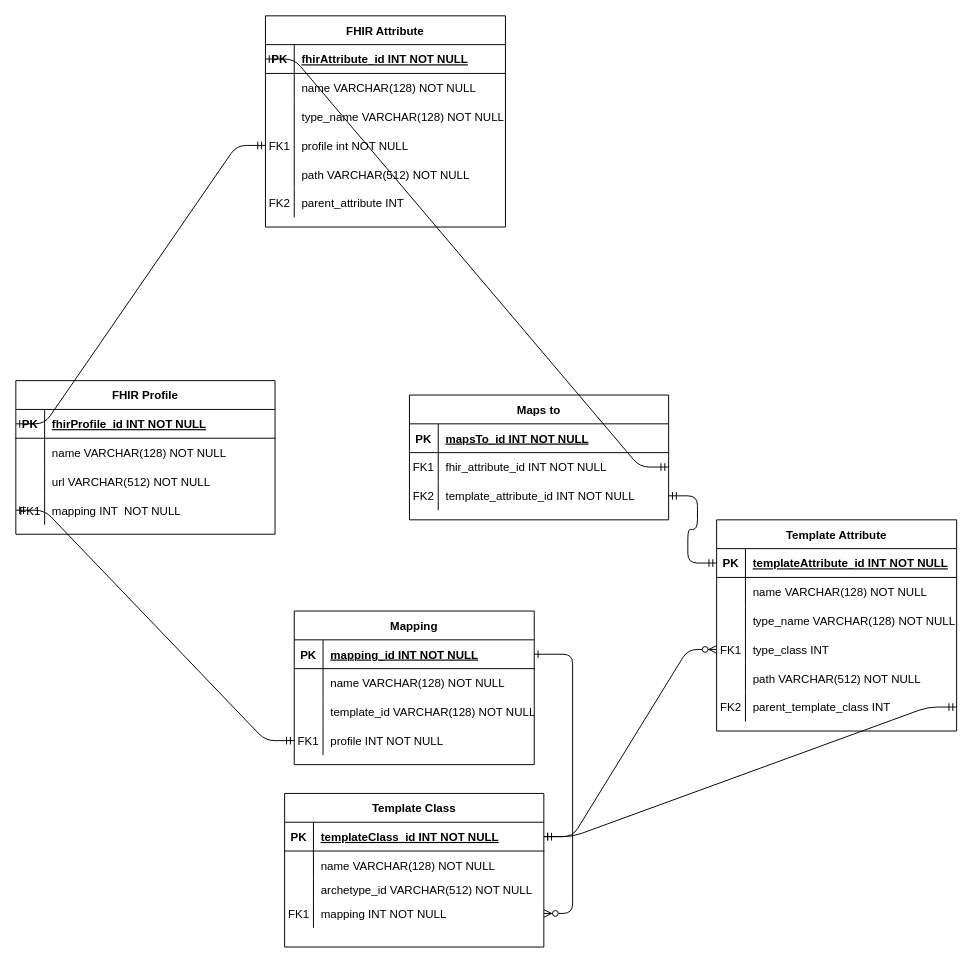
Earlier version of the draw.io diagram ERMasterarbeit.drawio (jsachau/drawio). Source tidied: cells renumbered, new cells numbered last; positions are measured from the earlier drawing's top-left corner, leaving out a move shared by most shapes. Both pictures are drawn from the tidied source at 96%, with x=0, y=0 at pixel (15, 15).
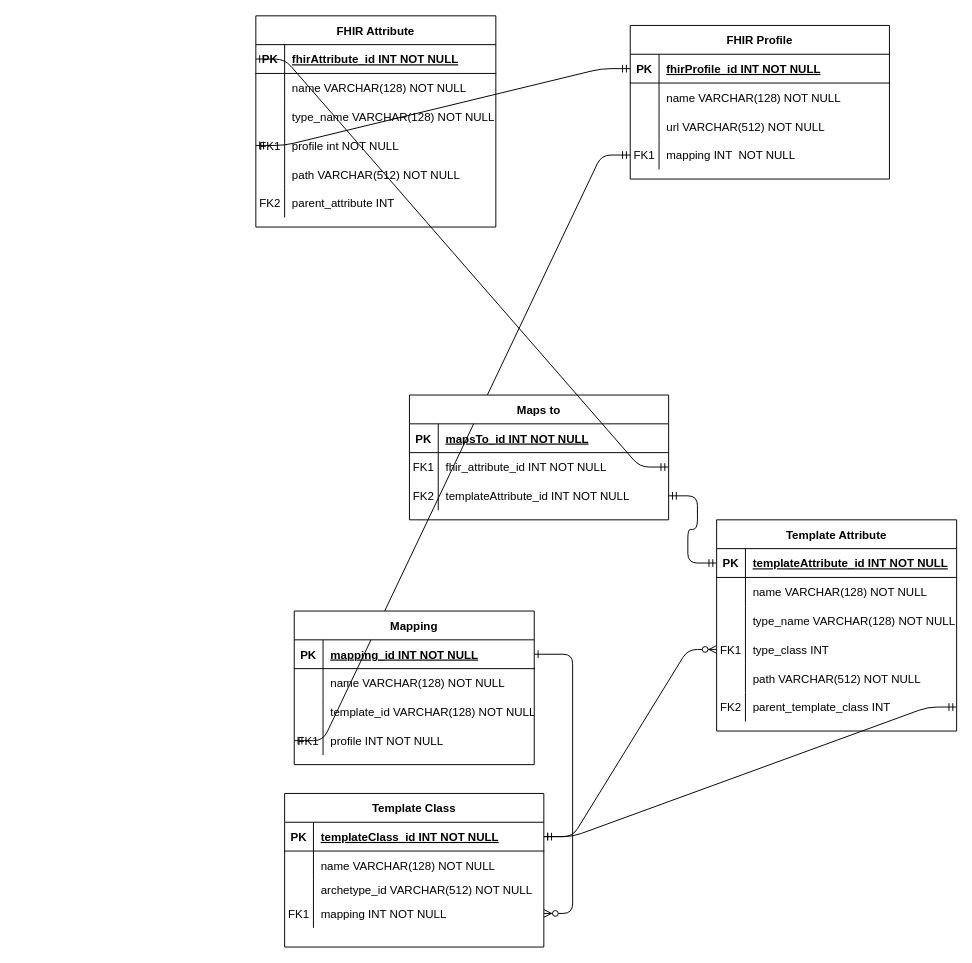
The same diagram, later.

Unchanged cells that the change refers to:
```xml
<mxCell id="89" style="shape=partialRectangle;fillColor=none;points=[[0,0.5],[1,0.5]];portConstraint=eastwest;top=0;left=0;right=0;bottom=0;" parent="82" vertex="1">
  <mxGeometry y="90" width="270" height="30" as="geometry" />
</mxCell>
```

The edit, as a diff of the source:
```diff
@@
     <mxCell id="50" value="FHIR Profile" style="shape=table;startSize=30;childLayout=tableLayout;rowLines=0;fontStyle=1;align=center;" parent="1" vertex="1">
-      <mxGeometry y="380" width="270" height="160" as="geometry" />
+      <mxGeometry x="640" y="10" width="270" height="160" as="geometry" />
     </mxCell>
@@
     <mxCell id="63" value="FHIR Attribute" style="shape=table;startSize=30;childLayout=tableLayout;rowLines=0;fontStyle=1;align=center;" parent="1" vertex="1">
-      <mxGeometry x="260" width="250" height="220" as="geometry" />
+      <mxGeometry x="250" width="250" height="220" as="geometry" />
     </mxCell>
@@
-    <mxCell id="91" value="template_attribute_id INT NOT NULL" style="shape=partialRectangle;overflow=hidden;fillColor=none;top=0;left=0;bottom=0;right=0;align=left;spacingLeft=6;" parent="89" vertex="1">
+    <mxCell id="91" value="templateAttribute_id INT NOT NULL" style="shape=partialRectangle;overflow=hidden;fillColor=none;top=0;left=0;bottom=0;right=0;align=left;spacingLeft=6;" parent="89" vertex="1">
       <mxGeometry x="30" width="240" height="30" as="geometry" />
     </mxCell>
```
